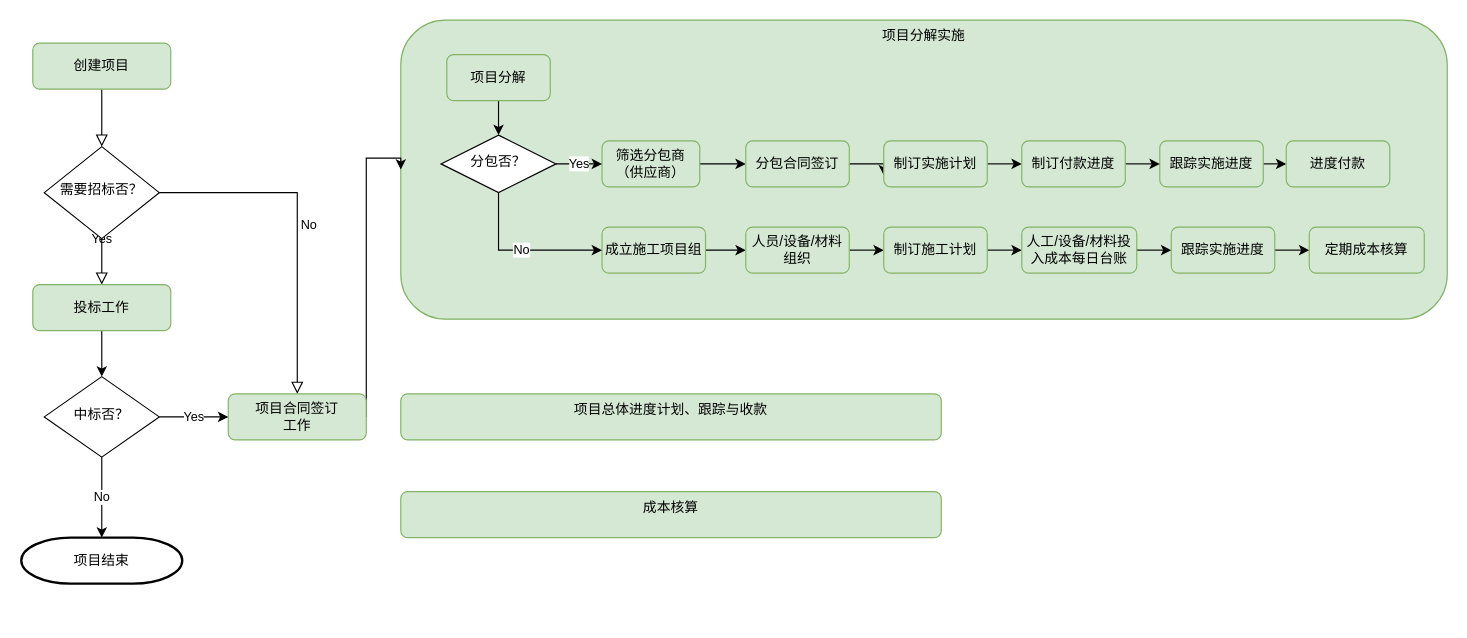
This is Untitled Diagram.drawio from JefferNew/graphdb-designer, a draw.io file, before an edit. Source tidied: cells renumbered, new cells numbered last; positions are measured from the earlier drawing's top-left corner, leaving out a move shared by most shapes. Both pictures are drawn from the tidied source at 115%, with x=0, y=0 at pixel (21, 20).
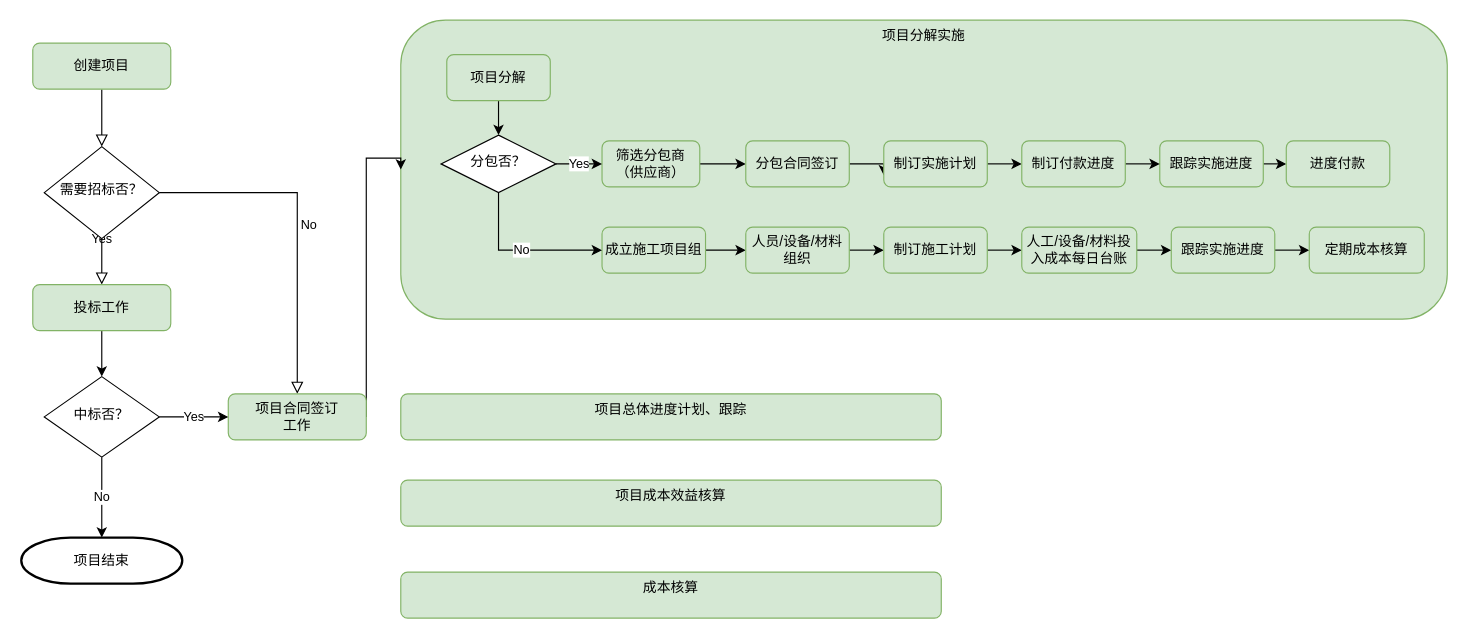
The same page after the edit.

Diff of the diagram source:
```diff
@@
-    <mxCell id="43" value="项目总体进度计划、跟踪与收款" style="rounded=1;whiteSpace=wrap;html=1;fontSize=12;glass=0;strokeWidth=1;shadow=0;fillColor=#d5e8d4;strokeColor=#82b366;horizontal=1;verticalAlign=top;align=center;" parent="1" vertex="1">
+    <mxCell id="43" value="项目总体进度计划、跟踪" style="rounded=1;whiteSpace=wrap;html=1;fontSize=12;glass=0;strokeWidth=1;shadow=0;fillColor=#d5e8d4;strokeColor=#82b366;horizontal=1;verticalAlign=top;align=center;" parent="1" vertex="1">
       <mxGeometry x="330" y="325" width="470" height="40" as="geometry" />
     </mxCell>
     <mxCell id="44" value="成本核算" style="rounded=1;whiteSpace=wrap;html=1;fontSize=12;glass=0;strokeWidth=1;shadow=0;fillColor=#d5e8d4;strokeColor=#82b366;horizontal=1;verticalAlign=top;align=center;" parent="1" vertex="1">
-      <mxGeometry x="330" y="410" width="470" height="40" as="geometry" />
+      <mxGeometry x="330" y="480" width="470" height="40" as="geometry" />
     </mxCell>
+    <mxCell id="45" value="项目成本效益核算" style="rounded=1;whiteSpace=wrap;html=1;fontSize=12;glass=0;strokeWidth=1;shadow=0;fillColor=#d5e8d4;strokeColor=#82b366;horizontal=1;verticalAlign=top;align=center;" parent="1" vertex="1">
+      <mxGeometry x="330" y="400" width="470" height="40" as="geometry" />
+    </mxCell>
```
